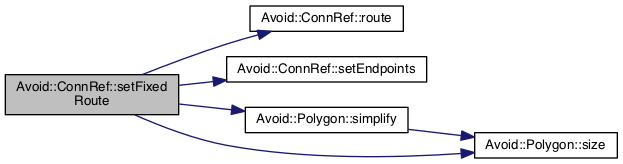
This is documentation/classAvoid_1_1ConnRef_a392eeffe4cdd76267b0d1bb654562382_cgraph.png from mjwybrow/adaptagrams, a Graphviz export, as it was before one commit. Its source is kept beside it as documentation/classAvoid_1_1ConnRef_a392eeffe4cdd76267b0d1bb654562382_cgraph.dot. Its diagram source:
```dot
digraph "Avoid::ConnRef::setFixedRoute"
{
  edge [fontname="Helvetica",fontsize="10",labelfontname="Helvetica",labelfontsize="10"];
  node [fontname="Helvetica",fontsize="10",shape=record];
  rankdir="LR";
  Node1 [label="Avoid::ConnRef::setFixed\lRoute",height=0.2,width=0.4,color="black", fillcolor="grey75", style="filled", fontcolor="black"];
  Node1 -> Node2 [color="midnightblue",fontsize="10",style="solid",fontname="Helvetica"];
  Node2 [label="Avoid::ConnRef::route",height=0.2,width=0.4,color="black", fillcolor="white", style="filled",URL="$classAvoid_1_1ConnRef.html#a98f24407bc92dd5a28e7c9d60d28d38b",tooltip="Returns a reference to the current route for the connector. "];
  Node1 -> Node3 [color="midnightblue",fontsize="10",style="solid",fontname="Helvetica"];
  Node3 [label="Avoid::ConnRef::setEndpoints",height=0.2,width=0.4,color="black", fillcolor="white", style="filled",URL="$classAvoid_1_1ConnRef.html#ae66e8c90dc191951fc0f64acc4c06d7c",tooltip="Sets both a new source and destination endpoint for this connector. "];
  Node1 -> Node4 [color="midnightblue",fontsize="10",style="solid",fontname="Helvetica"];
  Node4 [label="Avoid::Polygon::simplify",height=0.2,width=0.4,color="black", fillcolor="white", style="filled",URL="$classAvoid_1_1Polygon.html#a92f6c7f6bd7c144d408fe18a1b711bf3",tooltip="Returns a simplified Polyline, where all collinear line segments have been collapsed down into single..."];
  Node4 -> Node5 [color="midnightblue",fontsize="10",style="solid",fontname="Helvetica"];
  Node5 [label="Avoid::Polygon::size",height=0.2,width=0.4,color="black", fillcolor="white", style="filled",URL="$classAvoid_1_1Polygon.html#a58c011bded47396fb1bbda2c1eeb9552",tooltip="Returns the number of points in this polygon. "];
  Node1 -> Node5 [color="midnightblue",fontsize="10",style="solid",fontname="Helvetica"];
}
```
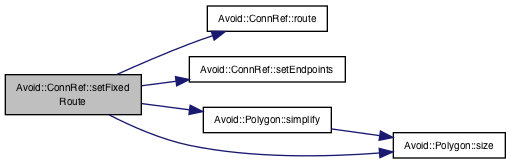
Later version of the same file.

Change to the diagram source:
```diff
@@ -3,14 +3,14 @@
   edge [fontname="Helvetica",fontsize="10",labelfontname="Helvetica",labelfontsize="10"];
   node [fontname="Helvetica",fontsize="10",shape=record];
   rankdir="LR";
-  Node1 [label="Avoid::ConnRef::setFixed\lRoute",height=0.2,width=0.4,color="black", fillcolor="grey75", style="filled", fontcolor="black"];
-  Node1 -> Node2 [color="midnightblue",fontsize="10",style="solid",fontname="Helvetica"];
-  Node2 [label="Avoid::ConnRef::route",height=0.2,width=0.4,color="black", fillcolor="white", style="filled",URL="$classAvoid_1_1ConnRef.html#a98f24407bc92dd5a28e7c9d60d28d38b",tooltip="Returns a reference to the current route for the connector. "];
-  Node1 -> Node3 [color="midnightblue",fontsize="10",style="solid",fontname="Helvetica"];
-  Node3 [label="Avoid::ConnRef::setEndpoints",height=0.2,width=0.4,color="black", fillcolor="white", style="filled",URL="$classAvoid_1_1ConnRef.html#ae66e8c90dc191951fc0f64acc4c06d7c",tooltip="Sets both a new source and destination endpoint for this connector. "];
-  Node1 -> Node4 [color="midnightblue",fontsize="10",style="solid",fontname="Helvetica"];
-  Node4 [label="Avoid::Polygon::simplify",height=0.2,width=0.4,color="black", fillcolor="white", style="filled",URL="$classAvoid_1_1Polygon.html#a92f6c7f6bd7c144d408fe18a1b711bf3",tooltip="Returns a simplified Polyline, where all collinear line segments have been collapsed down into single..."];
-  Node4 -> Node5 [color="midnightblue",fontsize="10",style="solid",fontname="Helvetica"];
-  Node5 [label="Avoid::Polygon::size",height=0.2,width=0.4,color="black", fillcolor="white", style="filled",URL="$classAvoid_1_1Polygon.html#a58c011bded47396fb1bbda2c1eeb9552",tooltip="Returns the number of points in this polygon. "];
-  Node1 -> Node5 [color="midnightblue",fontsize="10",style="solid",fontname="Helvetica"];
+  Node84 [label="Avoid::ConnRef::setFixed\lRoute",height=0.2,width=0.4,color="black", fillcolor="grey75", style="filled", fontcolor="black"];
+  Node84 -> Node85 [color="midnightblue",fontsize="10",style="solid",fontname="Helvetica"];
+  Node85 [label="Avoid::ConnRef::route",height=0.2,width=0.4,color="black", fillcolor="white", style="filled",URL="$classAvoid_1_1ConnRef.html#a0d90245fbe772d30723bd578efa3a45d",tooltip="Returns a reference to the current raw \"debug\" route for the connector. "];
+  Node84 -> Node86 [color="midnightblue",fontsize="10",style="solid",fontname="Helvetica"];
+  Node86 [label="Avoid::ConnRef::setEndpoints",height=0.2,width=0.4,color="black", fillcolor="white", style="filled",URL="$classAvoid_1_1ConnRef.html#ae66e8c90dc191951fc0f64acc4c06d7c",tooltip="Sets both a new source and destination endpoint for this connector. "];
+  Node84 -> Node87 [color="midnightblue",fontsize="10",style="solid",fontname="Helvetica"];
+  Node87 [label="Avoid::Polygon::simplify",height=0.2,width=0.4,color="black", fillcolor="white", style="filled",URL="$classAvoid_1_1Polygon.html#a2d3a0deb96bbff214b7035e481f0f0e8",tooltip="Returns a simplified Polyline, where all collinear line segments have been collapsed down into single..."];
+  Node87 -> Node88 [color="midnightblue",fontsize="10",style="solid",fontname="Helvetica"];
+  Node88 [label="Avoid::Polygon::size",height=0.2,width=0.4,color="black", fillcolor="white", style="filled",URL="$classAvoid_1_1Polygon.html#a2f9e9c8c78407eefbde944e663d9711e",tooltip="Returns the number of points in this polygon. "];
+  Node84 -> Node88 [color="midnightblue",fontsize="10",style="solid",fontname="Helvetica"];
 }
```
